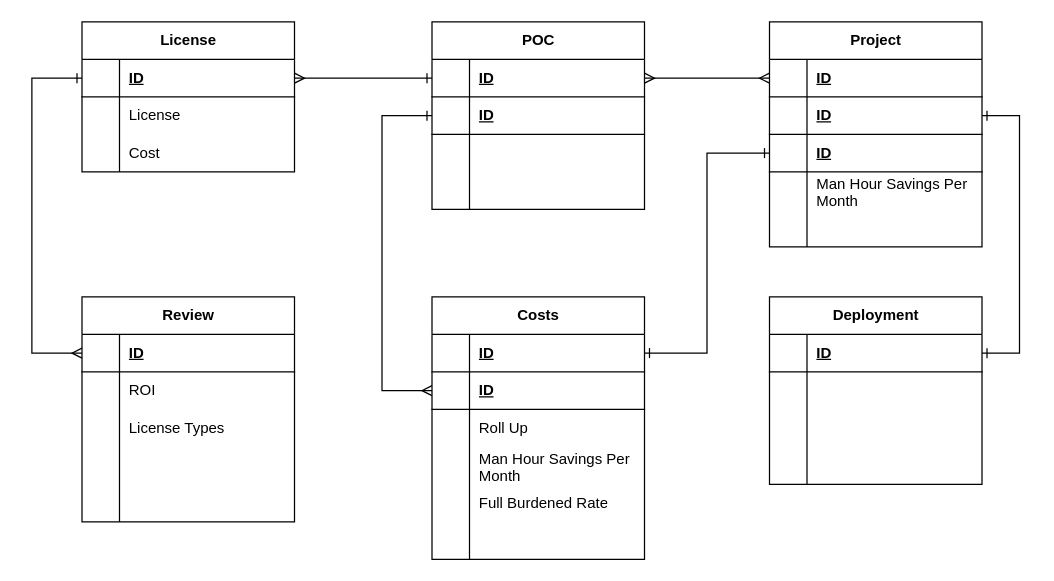
This is page "Option-3" (3 of 4) of erd-projint-01.drawio from josjreyes/ProjectIntake, a draw.io file, before an edit. Source tidied: cells renumbered, new cells numbered last; positions are measured from the earlier drawing's top-left corner, leaving out a move shared by most shapes. Both pictures are drawn from the tidied source at 125%, with x=0, y=0 at pixel (31, 21).
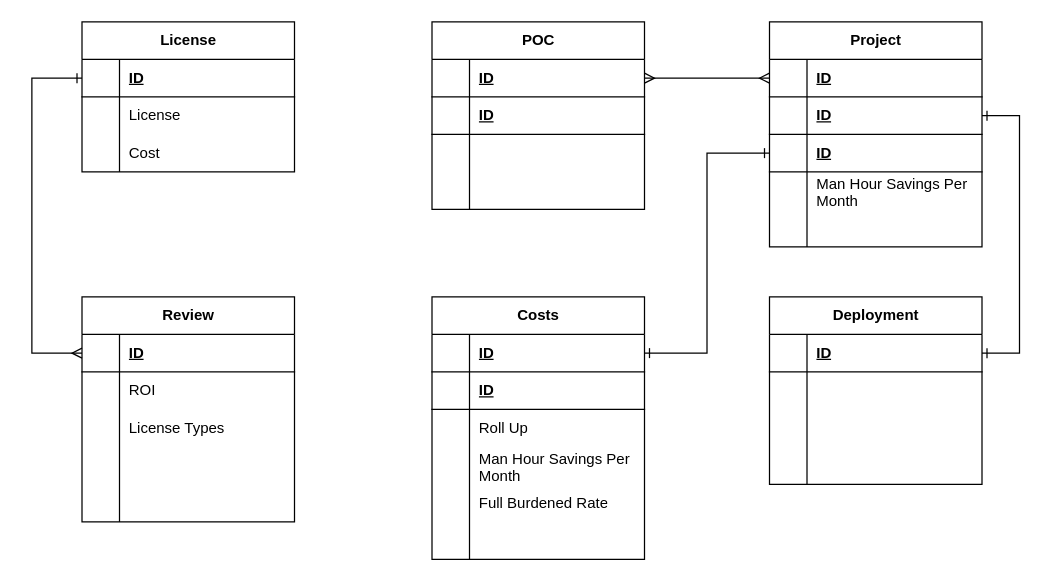
After the change.

Commit message:
erd-projint-01.drawio - removed relationships between Costs, POCs, and License.

The change refers to these unchanged cells:
```xml
<mxCell id="20" style="shape=tableRow;horizontal=0;startSize=0;swimlaneHead=0;swimlaneBody=0;fillColor=none;points=[[0,0.5],[1,0.5]];portConstraint=eastwest;top=0;left=0;right=0;bottom=1;" parent="19" vertex="1">
  <mxGeometry y="30" width="170" height="30" as="geometry" />
</mxCell>
<mxCell id="34" style="shape=tableRow;horizontal=0;startSize=0;swimlaneHead=0;swimlaneBody=0;fillColor=none;points=[[0,0.5],[1,0.5]];portConstraint=eastwest;top=0;left=0;right=0;bottom=1;" parent="30" vertex="1">
  <mxGeometry y="60" width="170" height="30" as="geometry" />
</mxCell>
<mxCell id="50" style="shape=tableRow;horizontal=0;startSize=0;swimlaneHead=0;swimlaneBody=0;fillColor=none;points=[[0,0.5],[1,0.5]];portConstraint=eastwest;top=0;left=0;right=0;bottom=1;" parent="49" vertex="1">
  <mxGeometry y="30" width="170" height="30" as="geometry" />
</mxCell>
<mxCell id="53" style="shape=tableRow;horizontal=0;startSize=0;swimlaneHead=0;swimlaneBody=0;fillColor=none;points=[[0,0.5],[1,0.5]];portConstraint=eastwest;top=0;left=0;right=0;bottom=1;" parent="49" vertex="1">
  <mxGeometry y="60" width="170" height="30" as="geometry" />
</mxCell>
```

Diff of the diagram source:
```diff
@@
-    <mxCell id="29" style="edgeStyle=entityRelationEdgeStyle;fontSize=12;html=1;endArrow=ERone;startArrow=ERmany;rounded=0;exitX=1;exitY=0.5;exitDx=0;exitDy=0;startFill=0;entryX=0;entryY=0.5;entryDx=0;entryDy=0;endFill=0;" parent="1" edge="1" source="20" target="50">
-      <mxGeometry relative="1" as="geometry">
-        <Array as="points">
-          <mxPoint x="320" y="490" />
-          <mxPoint x="310" y="490" />
-        </Array>
-      </mxGeometry>
-    </mxCell>
@@
-    <mxCell id="77" style="edgeStyle=orthogonalEdgeStyle;rounded=0;jettySize=auto;html=1;endArrow=ERone;endFill=0;startArrow=ERmany;startFill=0;exitX=0;exitY=0.5;exitDx=0;exitDy=0;" parent="1" edge="1" source="34" target="53">
-      <mxGeometry relative="1" as="geometry">
-        <Array as="points">
-          <mxPoint x="280.1" y="295" />
-          <mxPoint x="280.1" y="75" />
-        </Array>
-      </mxGeometry>
-    </mxCell>
```
